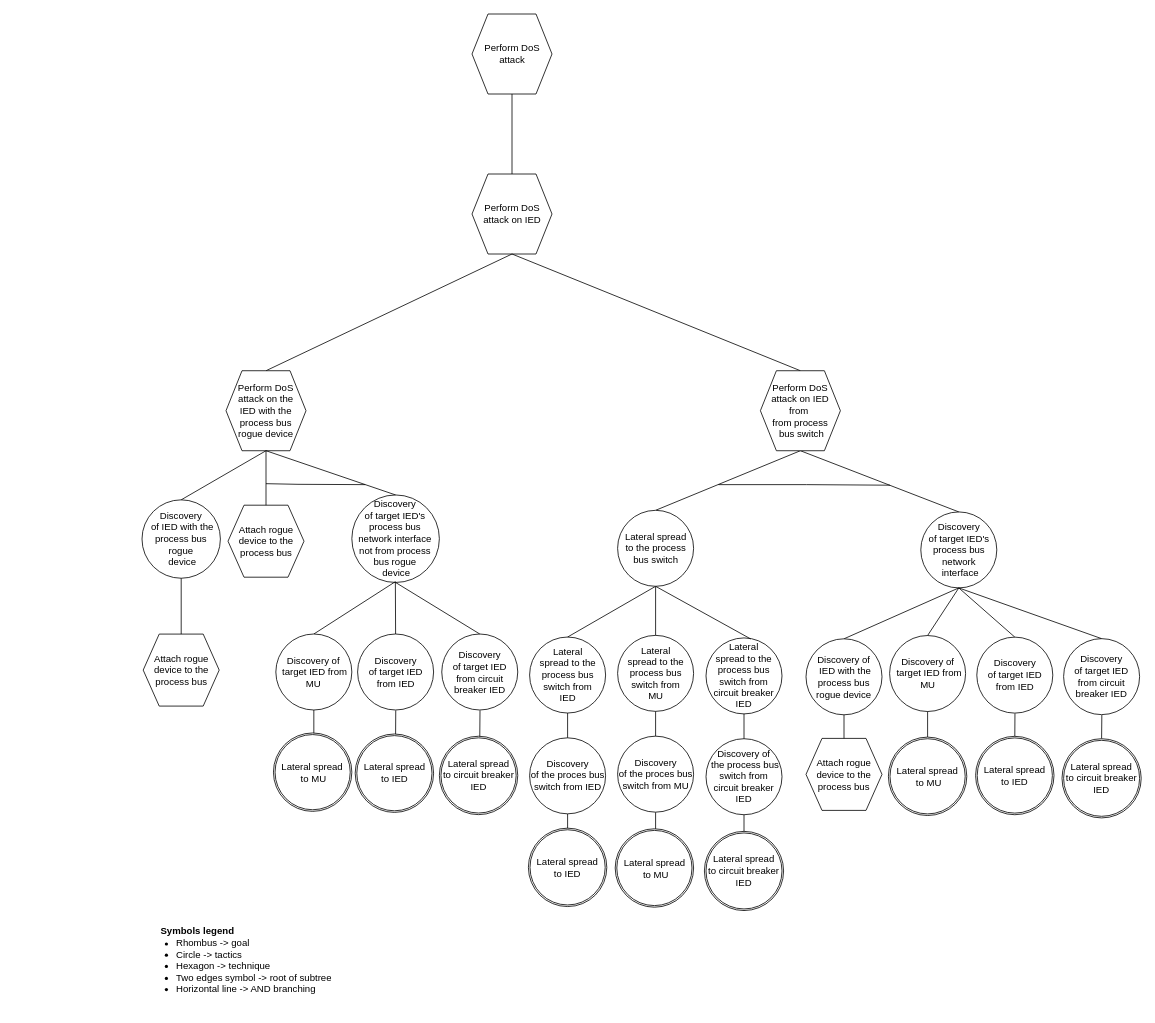
mihaelM/Attack_trees keeps this draw.io diagram as drawIO_trees/solution_2_2_4.drawio. Above is the earlier version. Source tidied: cells renumbered, new cells numbered last; positions are measured from the earlier drawing's top-left corner, leaving out a move shared by most shapes. Both pictures are drawn from the tidied source at 80%, with x=0, y=0 at pixel (142, 14).
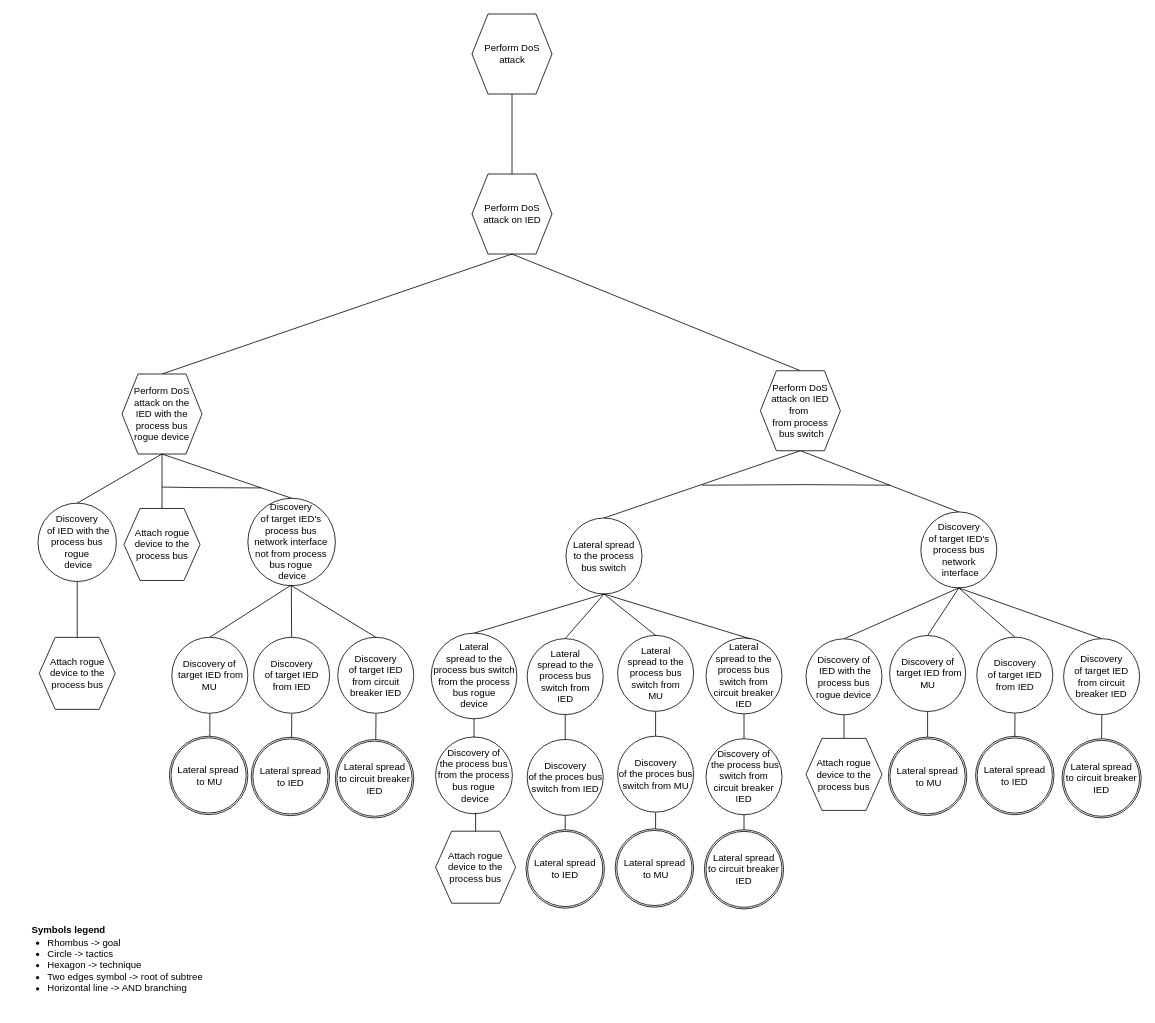
The same diagram, later.

Diff of the diagram source:
```diff
@@
     <mxCell id="5" value="&lt;font style=&quot;font-size: 12px&quot;&gt;Symbols legend&lt;/font&gt;" style="text;strokeColor=none;fillColor=none;html=1;fontSize=24;fontStyle=1;verticalAlign=middle;align=center;" parent="1" vertex="1">
-      <mxGeometry x="18.5" y="1122" width="100" height="40" as="geometry" />
+      <mxGeometry x="-142" y="1120.8" width="100" height="40" as="geometry" />
     </mxCell>
     <mxCell id="6" value="&lt;ul&gt;&lt;li&gt;&lt;span&gt;Rhombus -&amp;gt; goal&lt;/span&gt;&lt;/li&gt;&lt;li&gt;&lt;span&gt;Circle -&amp;gt; tactics&lt;/span&gt;&lt;br&gt;&lt;/li&gt;&lt;li&gt;Hexagon -&amp;gt; technique&lt;/li&gt;&lt;li&gt;Two edges symbol -&amp;gt; root of subtree&lt;/li&gt;&lt;li&gt;Horizontal line -&amp;gt; AND branching&lt;/li&gt;&lt;/ul&gt;" style="text;strokeColor=none;fillColor=none;html=1;whiteSpace=wrap;verticalAlign=middle;overflow=hidden;fontSize=12;" parent="1" vertex="1">
-      <mxGeometry x="0.5" y="1136.9" width="250" height="107" as="geometry" />
+      <mxGeometry x="-160" y="1135.6" width="250" height="107" as="geometry" />
     </mxCell>
@@
     <mxCell id="8" style="endArrow=none;html=1;rounded=0;exitX=0.5;exitY=1;exitDx=0;exitDy=0;" parent="1" edge="1" source="9">
       <mxGeometry relative="1" as="geometry">
-        <mxPoint x="532" y="1026" as="targetPoint" />
+        <mxPoint x="529" y="1028.1" as="targetPoint" />
       </mxGeometry>
     </mxCell>
     <mxCell id="9" value="Discovery&lt;br&gt;of the proces bus switch from IED" style="ellipse;whiteSpace=wrap;html=1;" parent="1" vertex="1">
-      <mxGeometry x="484.5" y="904.8" width="95" height="95" as="geometry" />
+      <mxGeometry x="481.5" y="906.8" width="95" height="95" as="geometry" />
     </mxCell>
     <mxCell id="10" value="Lateral&lt;br&gt;&amp;nbsp;spread to the&amp;nbsp;&lt;br&gt;process bus switch from &lt;br&gt;IED" style="ellipse;whiteSpace=wrap;html=1;" parent="1" vertex="1">
-      <mxGeometry x="484.5" y="778.8" width="95" height="95" as="geometry" />
+      <mxGeometry x="481.5" y="780.8" width="95" height="95" as="geometry" />
     </mxCell>
@@
     <mxCell id="22" style="endArrow=none;html=1;rounded=0;" parent="1" edge="1">
       <mxGeometry relative="1" as="geometry">
-        <mxPoint x="720.5" y="588.3" as="sourcePoint" />
+        <mxPoint x="700" y="589" as="sourcePoint" />
         <mxPoint x="935" y="589" as="targetPoint" />
         <Array as="points">
           <mxPoint x="830.5" y="588.3" />
         </Array>
       </mxGeometry>
     </mxCell>
@@
     <mxCell id="32" value="Lateral spread &lt;br&gt;to the process bus switch" style="ellipse;whiteSpace=wrap;html=1;" parent="1" vertex="1">
-      <mxGeometry x="594.5" y="620.4" width="95" height="95" as="geometry" />
+      <mxGeometry x="530" y="630" width="95" height="95" as="geometry" />
     </mxCell>
@@
     <mxCell id="39" value="Attach rogue device to the process bus" style="shape=hexagon;perimeter=hexagonPerimeter2;whiteSpace=wrap;html=1;fixedSize=1;" parent="1" vertex="1">
-      <mxGeometry x="1.5" y="775.1" width="95" height="90" as="geometry" />
+      <mxGeometry x="-128.5" y="779.2" width="95" height="90" as="geometry" />
     </mxCell>
     <mxCell id="40" value="Discovery&lt;br&gt;&amp;nbsp;of IED with the process bus rogue&lt;br&gt;&amp;nbsp;device" style="ellipse;whiteSpace=wrap;html=1;" parent="1" vertex="1">
-      <mxGeometry y="607.3" width="98" height="98" as="geometry" />
+      <mxGeometry x="-130" y="611.4" width="98" height="98" as="geometry" />
     </mxCell>
@@
     <mxCell id="43" value="Perform DoS attack on the&lt;br&gt;IED with the process bus rogue device" style="shape=hexagon;perimeter=hexagonPerimeter2;whiteSpace=wrap;html=1;fixedSize=1;" parent="1" vertex="1">
-      <mxGeometry x="105" y="445.9" width="100" height="100" as="geometry" />
+      <mxGeometry x="-25" y="450" width="100" height="100" as="geometry" />
     </mxCell>
@@
     <mxCell id="45" value="Attach rogue device to the process bus" style="shape=hexagon;perimeter=hexagonPerimeter2;whiteSpace=wrap;html=1;fixedSize=1;" parent="1" vertex="1">
-      <mxGeometry x="107.5" y="614" width="95" height="90" as="geometry" />
+      <mxGeometry x="-22.5" y="618.1" width="95" height="90" as="geometry" />
     </mxCell>
@@
     <mxCell id="47" value="Discovery&lt;br&gt;of target IED's process bus network interface not from process bus rogue&lt;br&gt;&amp;nbsp;device" style="ellipse;whiteSpace=wrap;html=1;" parent="1" vertex="1">
-      <mxGeometry x="262.3" y="601.2" width="109.4" height="109.4" as="geometry" />
+      <mxGeometry x="132.3" y="605.3" width="109.4" height="109.4" as="geometry" />
     </mxCell>
@@
     <mxCell id="49" style="endArrow=none;html=1;rounded=0;entryX=0.5;entryY=0;entryDx=0;entryDy=0;" parent="1" edge="1">
       <mxGeometry relative="1" as="geometry">
-        <mxPoint x="317.2" y="870.5" as="sourcePoint" />
-        <mxPoint x="317" y="900" as="targetPoint" />
+        <mxPoint x="187.2" y="874.6" as="sourcePoint" />
+        <mxPoint x="187" y="904.1" as="targetPoint" />
       </mxGeometry>
     </mxCell>
     <mxCell id="50" value="Discovery&lt;br&gt;of target IED from IED" style="ellipse;whiteSpace=wrap;html=1;" parent="1" vertex="1">
-      <mxGeometry x="269.5" y="775" width="95" height="95" as="geometry" />
+      <mxGeometry x="139.5" y="779.1" width="95" height="95" as="geometry" />
     </mxCell>
     <mxCell id="51" style="endArrow=none;html=1;rounded=0;entryX=0.5;entryY=0;entryDx=0;entryDy=0;exitX=0.5;exitY=1;exitDx=0;exitDy=0;" parent="1" edge="1" target="50">
       <mxGeometry relative="1" as="geometry">
-        <mxPoint x="316.7" y="709.6" as="sourcePoint" />
+        <mxPoint x="186.7" y="713.7" as="sourcePoint" />
       </mxGeometry>
     </mxCell>
     <mxCell id="52" style="endArrow=none;html=1;rounded=0;entryX=0.5;entryY=0;entryDx=0;entryDy=0;exitX=0.5;exitY=1;exitDx=0;exitDy=0;" parent="1" edge="1" target="53">
       <mxGeometry relative="1" as="geometry">
-        <mxPoint x="316.7" y="709.6" as="sourcePoint" />
+        <mxPoint x="186.7" y="713.7" as="sourcePoint" />
       </mxGeometry>
     </mxCell>
     <mxCell id="53" value="Discovery of&lt;br&gt;&amp;nbsp;target IED from MU" style="ellipse;whiteSpace=wrap;html=1;" parent="1" vertex="1">
-      <mxGeometry x="167.3" y="775" width="95" height="95" as="geometry" />
+      <mxGeometry x="37.3" y="779.1" width="95" height="95" as="geometry" />
     </mxCell>
     <mxCell id="54" style="endArrow=none;html=1;rounded=0;entryX=0.5;entryY=1;entryDx=0;entryDy=0;" parent="1" edge="1" target="53">
       <mxGeometry relative="1" as="geometry">
-        <mxPoint x="214.8" y="902" as="sourcePoint" />
+        <mxPoint x="84.8" y="906.1" as="sourcePoint" />
       </mxGeometry>
     </mxCell>
     <mxCell id="55" style="endArrow=none;html=1;rounded=0;" parent="1" edge="1">
       <mxGeometry relative="1" as="geometry">
-        <mxPoint x="155" y="587.1" as="sourcePoint" />
-        <mxPoint x="279" y="588.3" as="targetPoint" />
+        <mxPoint x="25" y="591.3" as="sourcePoint" />
+        <mxPoint x="149" y="592.4" as="targetPoint" />
         <Array as="points">
-          <mxPoint x="155" y="587.5" />
-          <mxPoint x="195" y="587.9" />
+          <mxPoint x="25" y="591.6" />
+          <mxPoint x="65" y="592" />
         </Array>
       </mxGeometry>
     </mxCell>
     <mxCell id="56" style="endArrow=none;html=1;rounded=0;entryX=0.516;entryY=0.016;entryDx=0;entryDy=0;entryPerimeter=0;" parent="1" edge="1" target="67">
       <mxGeometry relative="1" as="geometry">
-        <mxPoint x="422.5" y="870.5" as="sourcePoint" />
+        <mxPoint x="292.5" y="874.6" as="sourcePoint" />
       </mxGeometry>
     </mxCell>
     <mxCell id="57" value="Discovery&lt;br&gt;of target IED from circuit breaker IED" style="ellipse;whiteSpace=wrap;html=1;" parent="1" vertex="1">
-      <mxGeometry x="374.7" y="775" width="95" height="95" as="geometry" />
+      <mxGeometry x="244.7" y="779.1" width="95" height="95" as="geometry" />
     </mxCell>
@@
     <mxCell id="62" style="ellipse;whiteSpace=wrap;html=1;" parent="1" vertex="1">
-      <mxGeometry x="164.3" y="898.7" width="98" height="98" as="geometry" />
+      <mxGeometry x="34.3" y="902.8" width="98" height="98" as="geometry" />
     </mxCell>
     <mxCell id="63" value="Lateral spread&lt;br&gt;&amp;nbsp;to MU" style="ellipse;whiteSpace=wrap;html=1;" parent="1" vertex="1">
-      <mxGeometry x="166.3" y="900.7" width="94" height="94" as="geometry" />
+      <mxGeometry x="36.3" y="904.8" width="94" height="94" as="geometry" />
     </mxCell>
     <mxCell id="64" style="ellipse;whiteSpace=wrap;html=1;" parent="1" vertex="1">
-      <mxGeometry x="266.5" y="900" width="98" height="98" as="geometry" />
+      <mxGeometry x="136.5" y="904.1" width="98" height="98" as="geometry" />
     </mxCell>
     <mxCell id="65" value="Lateral spread&lt;br&gt;to IED" style="ellipse;whiteSpace=wrap;html=1;" parent="1" vertex="1">
-      <mxGeometry x="268.5" y="902" width="94" height="94" as="geometry" />
+      <mxGeometry x="138.5" y="906.1" width="94" height="94" as="geometry" />
     </mxCell>
     <mxCell id="66" style="ellipse;whiteSpace=wrap;html=1;" parent="1" vertex="1">
-      <mxGeometry x="371.7" y="902.8" width="98" height="98" as="geometry" />
+      <mxGeometry x="241.7" y="906.9" width="98" height="98" as="geometry" />
     </mxCell>
     <mxCell id="67" value="Lateral spread&lt;br&gt;to circuit breaker IED" style="ellipse;whiteSpace=wrap;html=1;" parent="1" vertex="1">
-      <mxGeometry x="373.7" y="904.8" width="94" height="94" as="geometry" />
+      <mxGeometry x="243.7" y="908.9" width="94" height="94" as="geometry" />
     </mxCell>
     <mxCell id="68" style="ellipse;whiteSpace=wrap;html=1;" parent="1" vertex="1">
-      <mxGeometry x="483" y="1017.7" width="98" height="98" as="geometry" />
+      <mxGeometry x="480" y="1019.7" width="98" height="98" as="geometry" />
     </mxCell>
     <mxCell id="69" value="Lateral spread&lt;br&gt;to IED" style="ellipse;whiteSpace=wrap;html=1;" parent="1" vertex="1">
-      <mxGeometry x="485" y="1019.7" width="94" height="94" as="geometry" />
+      <mxGeometry x="482" y="1021.7" width="94" height="94" as="geometry" />
     </mxCell>
@@
     <mxCell id="72" style="ellipse;whiteSpace=wrap;html=1;" parent="1" vertex="1">
-      <mxGeometry x="703" y="1021.7" width="99" height="99" as="geometry" />
+      <mxGeometry x="703" y="1019.7" width="99" height="99" as="geometry" />
     </mxCell>
     <mxCell id="73" value="&lt;span&gt;Lateral spread&lt;/span&gt;&lt;br&gt;&lt;span&gt;to circuit breaker IED&lt;/span&gt;" style="ellipse;whiteSpace=wrap;html=1;" parent="1" vertex="1">
-      <mxGeometry x="705" y="1023.7" width="95" height="95" as="geometry" />
+      <mxGeometry x="705" y="1021.7" width="95" height="95" as="geometry" />
     </mxCell>
@@
+    <mxCell id="80" style="endArrow=none;html=1;rounded=0;entryX=0.5;entryY=0;entryDx=0;entryDy=0;exitX=0.5;exitY=1;exitDx=0;exitDy=0;" parent="1" edge="1" source="32" target="81">
+      <mxGeometry relative="1" as="geometry" />
+    </mxCell>
+    <mxCell id="81" value="Lateral &lt;br&gt;spread to the process bus switch from the process bus rogue &lt;br&gt;device" style="ellipse;whiteSpace=wrap;html=1;" parent="1" vertex="1">
+      <mxGeometry x="361.5" y="773.9" width="107.1" height="107.1" as="geometry" />
+    </mxCell>
+    <mxCell id="82" value="Discovery of &lt;br&gt;the process bus from the process bus rogue&lt;br&gt;&amp;nbsp;device" style="ellipse;whiteSpace=wrap;html=1;" parent="1" vertex="1">
+      <mxGeometry x="367" y="903.7" width="96" height="96" as="geometry" />
+    </mxCell>
+    <mxCell id="83" value="Attach rogue device to the process bus" style="shape=hexagon;perimeter=hexagonPerimeter2;whiteSpace=wrap;html=1;fixedSize=1;" parent="1" vertex="1">
+      <mxGeometry x="367" y="1021.5" width="100" height="90" as="geometry" />
+    </mxCell>
+    <mxCell id="84" style="endArrow=none;html=1;rounded=0;" parent="1" edge="1" source="83">
+      <mxGeometry relative="1" as="geometry">
+        <mxPoint x="417" y="998.5" as="targetPoint" />
+      </mxGeometry>
+    </mxCell>
+    <mxCell id="85" style="endArrow=none;html=1;rounded=0;exitX=0.5;exitY=0;exitDx=0;exitDy=0;entryX=0.5;entryY=1;entryDx=0;entryDy=0;" parent="1" edge="1" target="81">
+      <mxGeometry relative="1" as="geometry">
+        <mxPoint x="415" y="904.3" as="sourcePoint" />
+      </mxGeometry>
+    </mxCell>
```
